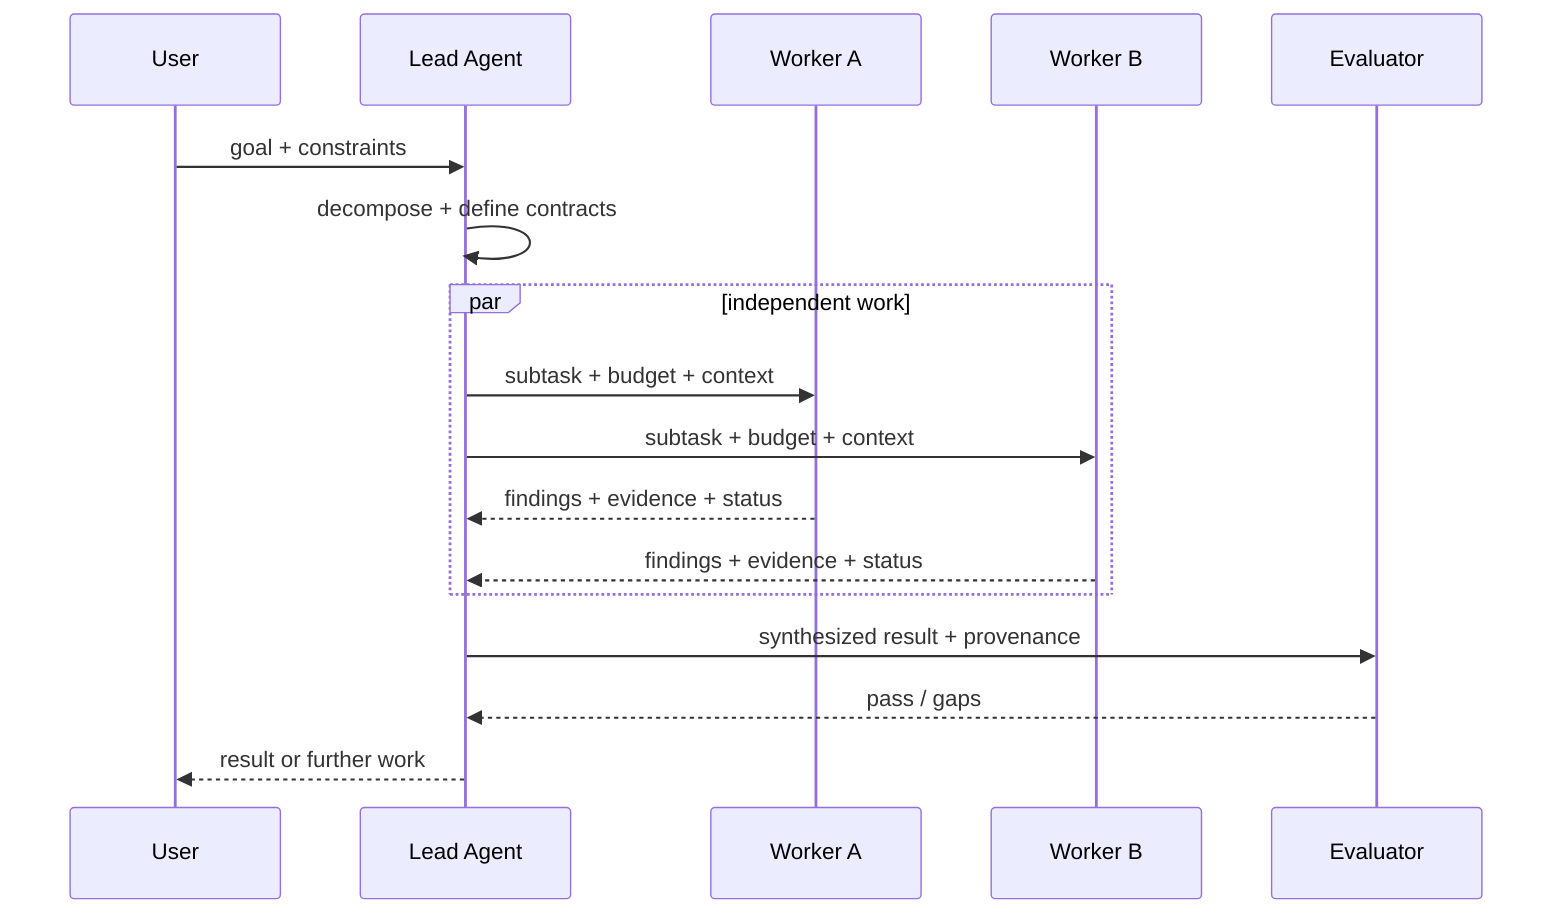
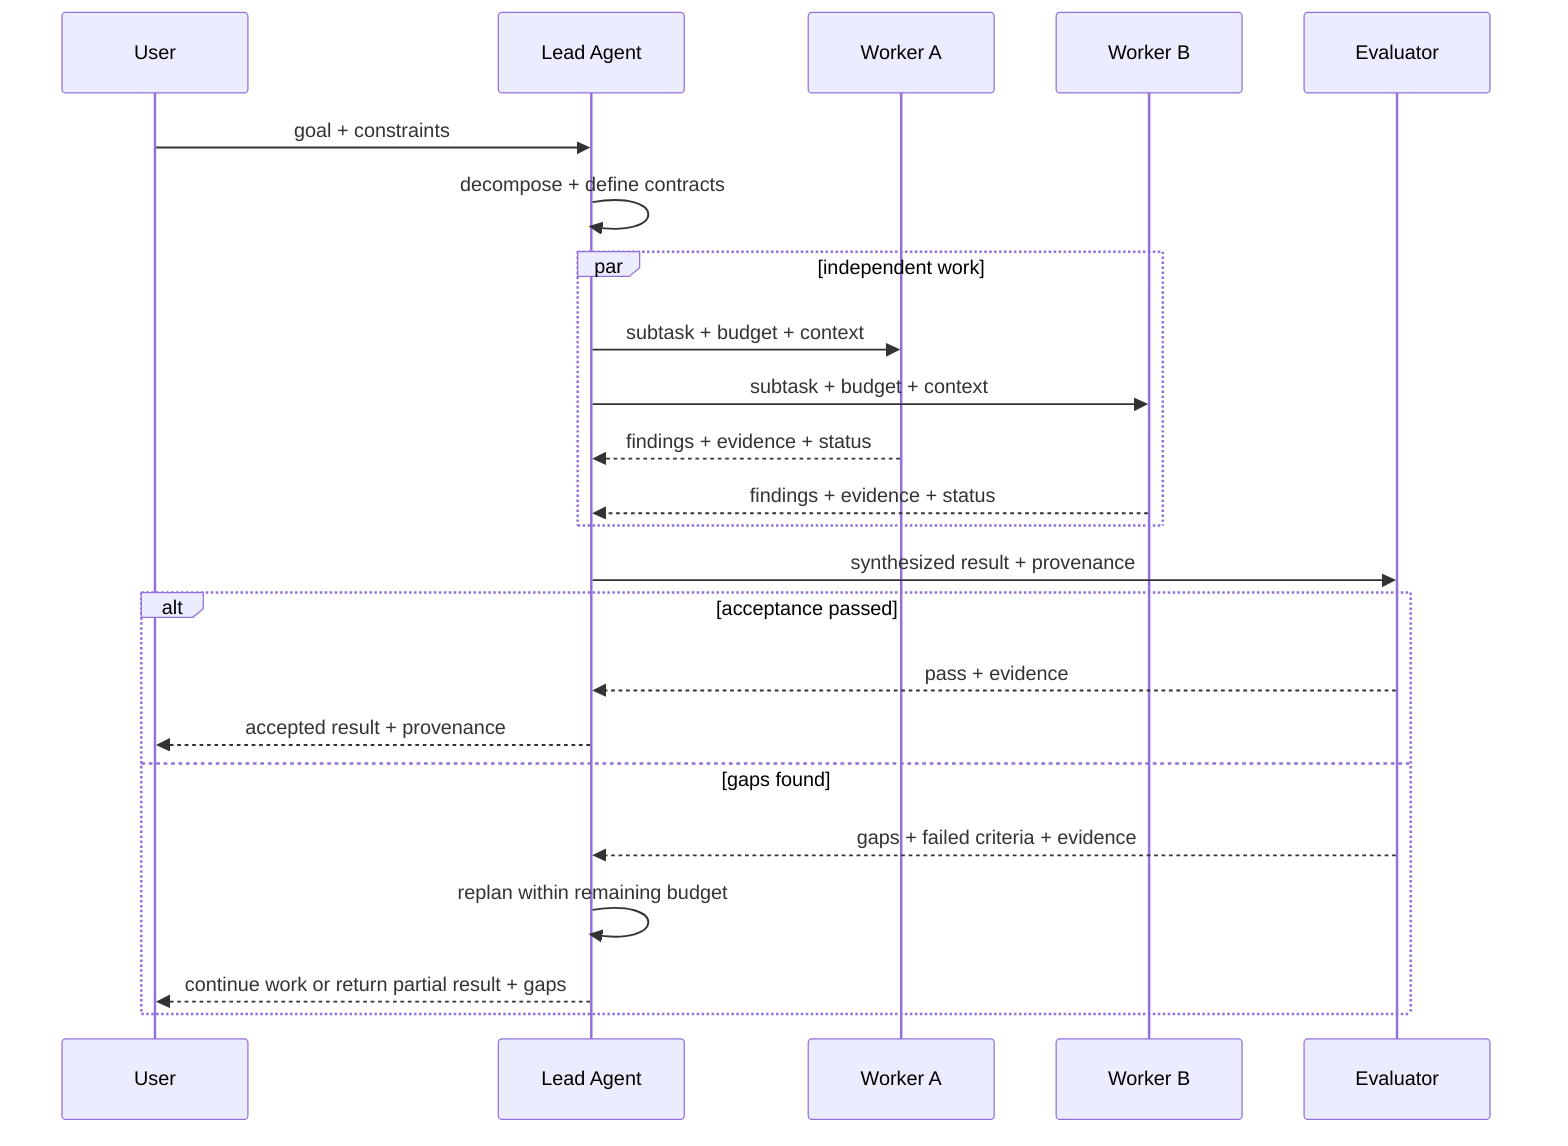
sequenceDiagram
    participant U as User
    participant L as Lead Agent
    participant W1 as Worker A
    participant W2 as Worker B
    participant E as Evaluator

    U->>L: goal + constraints
    L->>L: decompose + define contracts
    par independent work
        L->>W1: subtask + budget + context
        L->>W2: subtask + budget + context
        W1-->>L: findings + evidence + status
        W2-->>L: findings + evidence + status
    end
    L->>E: synthesized result + provenance
-     E-->>L: pass / gaps
-     L-->>U: result or further work
+     alt acceptance passed
+         E-->>L: pass + evidence
+         L-->>U: accepted result + provenance
+     else gaps found
+         E-->>L: gaps + failed criteria + evidence
+         L->>L: replan within remaining budget
+         L-->>U: continue work or return partial result + gaps
+     end
